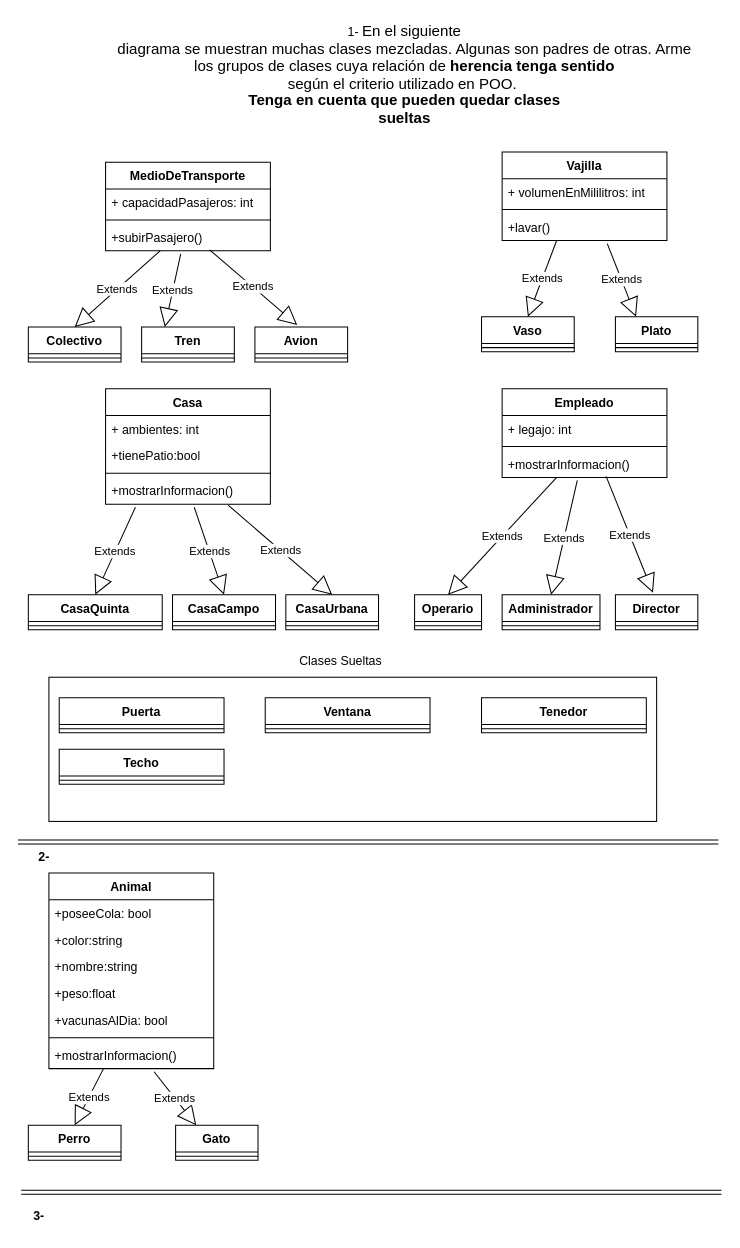
Before: OrdenarClases.drawio in monick96/diagramasVarios, a draw.io diagram. Source tidied: cells renumbered, new cells numbered last; positions are measured from the earlier drawing's top-left corner, leaving out a move shared by most shapes. Both pictures are drawn from the tidied source at 103%, with x=0, y=0 at pixel (18, 18).
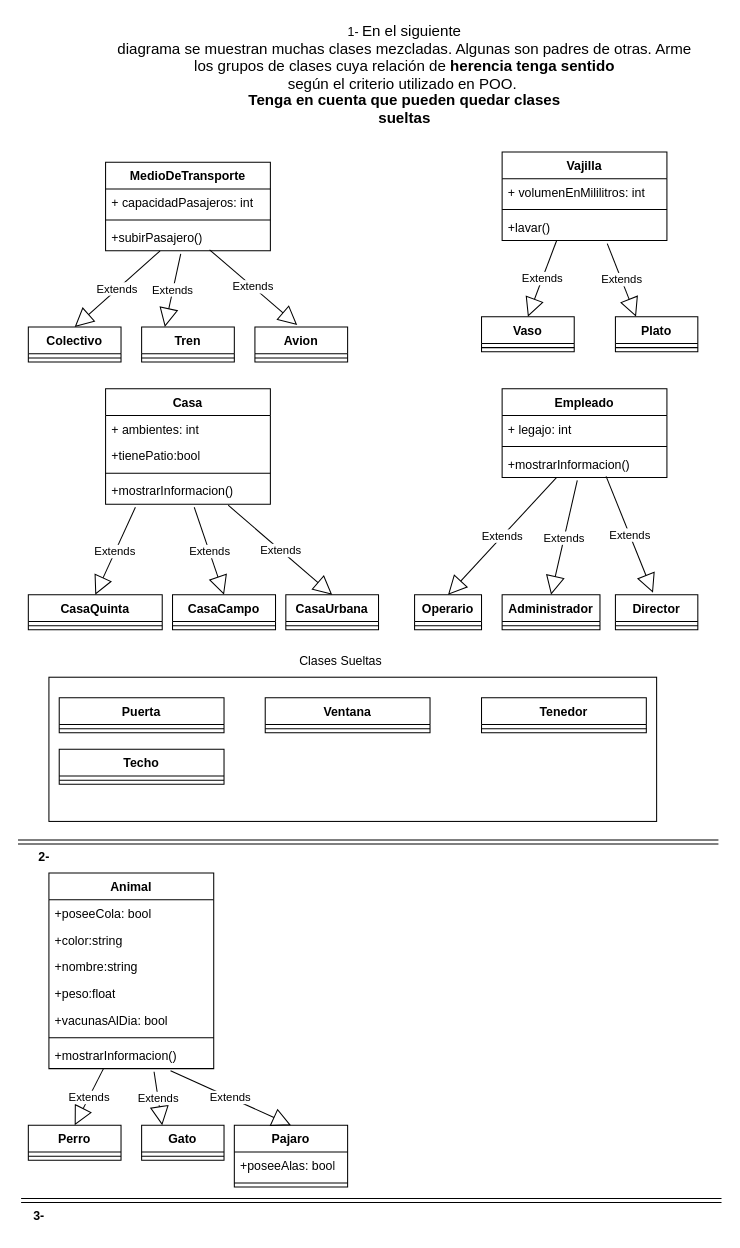
The same page after the edit.

Unchanged cells that the change refers to:
```xml
<mxCell id="70" value="+mostrarInformacion()" style="text;strokeColor=none;fillColor=none;align=left;verticalAlign=top;spacingLeft=4;spacingRight=4;overflow=hidden;points=[[0,0.5],[1,0.5]];portConstraint=eastwest;whiteSpace=wrap;html=1;" parent="63" vertex="1">
  <mxGeometry y="164" width="160" height="26" as="geometry" />
</mxCell>
```

Diff of the diagram source:
```diff
@@
     <mxCell id="74" value="Gato" style="swimlane;fontStyle=1;align=center;verticalAlign=top;horizontal=1;startSize=26;whiteSpace=wrap;html=1;" parent="1" vertex="1">
-      <mxGeometry x="153" y="1075" width="80" height="34" as="geometry" />
+      <mxGeometry x="120" y="1075" width="80" height="34" as="geometry" />
     </mxCell>
@@
     <mxCell id="79" style="shape=link;html=1;rounded=0;" parent="1" edge="1">
       <mxGeometry relative="1" as="geometry">
-        <mxPoint x="3" y="1140" as="sourcePoint" />
-        <mxPoint x="683" y="1140" as="targetPoint" />
+        <mxPoint x="3" y="1148" as="sourcePoint" />
+        <mxPoint x="683" y="1148" as="targetPoint" />
       </mxGeometry>
     </mxCell>
@@
+    <mxCell id="81" value="Pajaro" style="swimlane;fontStyle=1;align=center;verticalAlign=top;horizontal=1;startSize=26;whiteSpace=wrap;html=1;" parent="1" vertex="1">
+      <mxGeometry x="210" y="1075" width="110" height="60" as="geometry" />
+    </mxCell>
+    <mxCell id="82" value="+poseeAlas: bool" style="text;strokeColor=none;fillColor=none;align=left;verticalAlign=top;spacingLeft=4;spacingRight=4;overflow=hidden;whiteSpace=wrap;html=1;" parent="81" vertex="1">
+      <mxGeometry y="26" width="110" height="26" as="geometry" />
+    </mxCell>
+    <mxCell id="83" style="line;strokeWidth=1;fillColor=none;align=left;verticalAlign=middle;spacingTop=-1;spacingLeft=3;spacingRight=3;labelPosition=right;strokeColor=inherit;" parent="81" vertex="1">
+      <mxGeometry y="52" width="110" height="8" as="geometry" />
+    </mxCell>
+    <mxCell id="84" value="Extends" style="endArrow=block;endSize=16;endFill=0;html=1;rounded=0;entryX=0.5;entryY=0;entryDx=0;entryDy=0;exitX=0.738;exitY=1.077;exitDx=0;exitDy=0;exitPerimeter=0;" parent="1" edge="1" source="70" target="81">
+      <mxGeometry relative="1" as="geometry" />
+    </mxCell>
```
